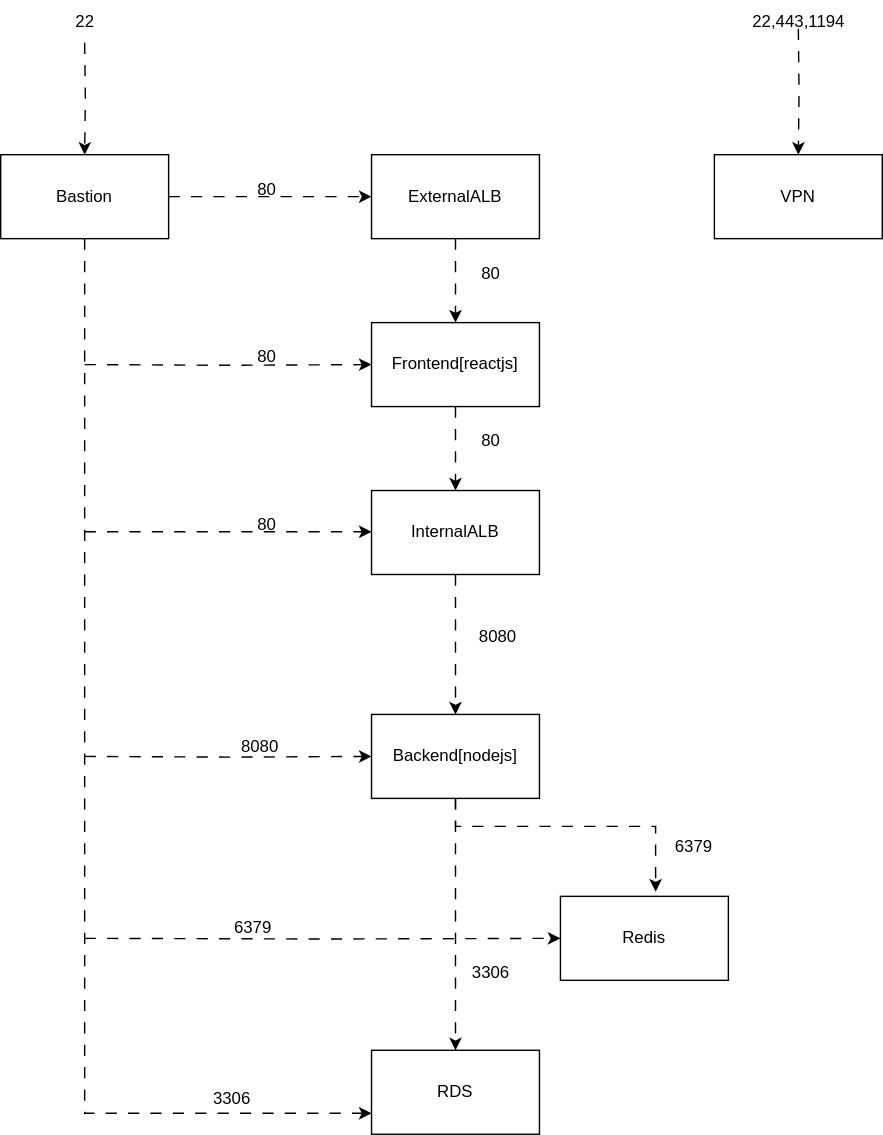
sivaramakrishna-konka/aws-3tier-terraform keeps this draw.io diagram as sg-rules.drawio.svg. Above is the earlier version. Source tidied: cells renumbered, new cells last; positions are measured from the earlier drawing's top-left corner, leaving out a move shared by most shapes.
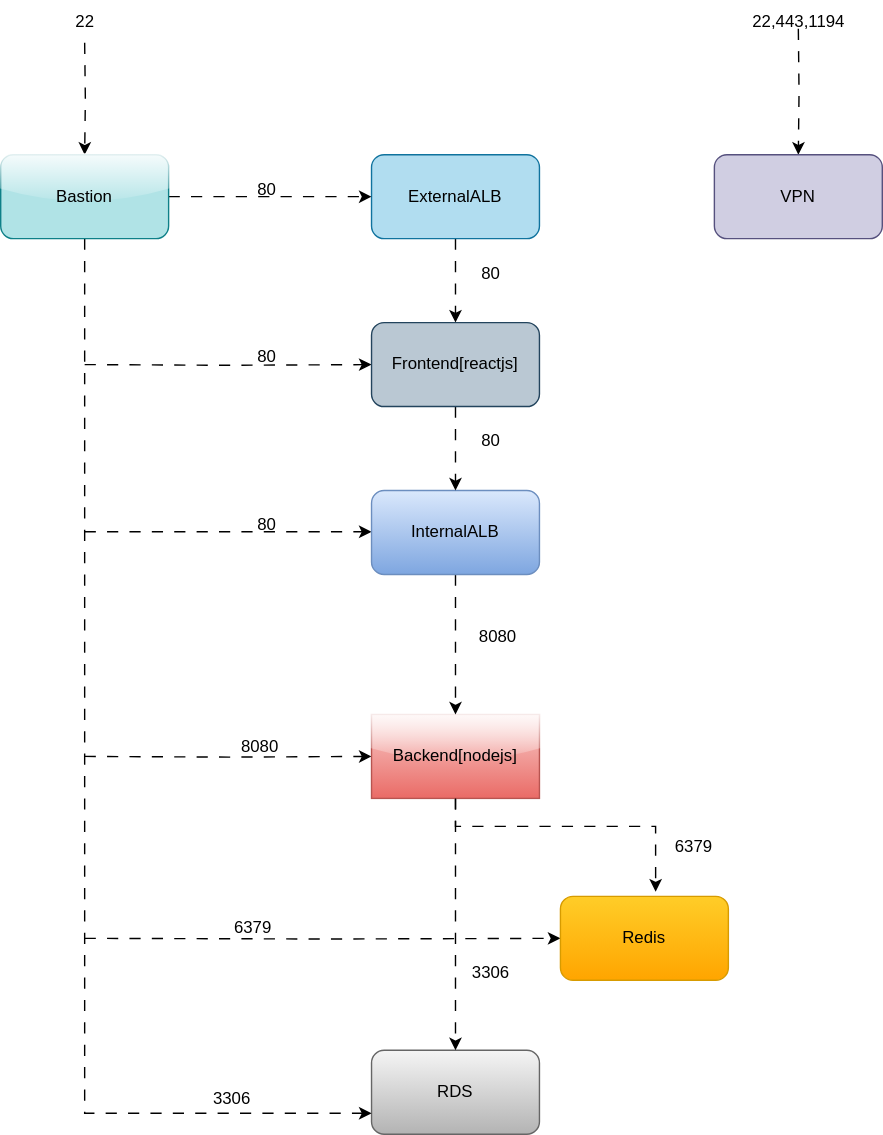
After the commit.

Commit message:
rounded the shapes

The edit, as a diff of the source:
```diff
@@ -2,7 +2,7 @@
   <root>
     <mxCell id="0" />
     <mxCell id="1" parent="0" />
-    <mxCell id="2" value="RDS" style="rounded=0;whiteSpace=wrap;html=1;fillColor=none;" parent="1" vertex="1">
+    <mxCell id="2" value="RDS" style="rounded=1;whiteSpace=wrap;html=1;fillColor=#f5f5f5;gradientColor=#b3b3b3;strokeColor=#666666;" parent="1" vertex="1">
       <mxGeometry x="265" y="750" width="120" height="60" as="geometry" />
     </mxCell>
     <mxCell id="3" style="edgeStyle=orthogonalEdgeStyle;rounded=0;jettySize=auto;html=1;flowAnimation=1;" parent="1" edge="1" target="4">
@@ -10,7 +10,7 @@
         <mxPoint x="60" y="670" as="sourcePoint" />
       </mxGeometry>
     </mxCell>
-    <mxCell id="4" value="Redis" style="rounded=0;whiteSpace=wrap;html=1;fillColor=none;" parent="1" vertex="1">
+    <mxCell id="4" value="Redis" style="rounded=1;whiteSpace=wrap;html=1;fillColor=#ffcd28;gradientColor=#ffa500;strokeColor=#d79b00;" parent="1" vertex="1">
       <mxGeometry x="400" y="640" width="120" height="60" as="geometry" />
     </mxCell>
     <mxCell id="5" style="edgeStyle=orthogonalEdgeStyle;rounded=0;jettySize=auto;html=1;entryX=0.5;entryY=0;entryDx=0;entryDy=0;flowAnimation=1;" parent="1" edge="1" source="7" target="2">
@@ -21,7 +21,7 @@
         <mxPoint x="60" y="540" as="sourcePoint" />
       </mxGeometry>
     </mxCell>
-    <mxCell id="7" value="Backend[nodejs]" style="rounded=0;whiteSpace=wrap;html=1;fillColor=none;" parent="1" vertex="1">
+    <mxCell id="7" value="Backend[nodejs]" style="rounded=0;whiteSpace=wrap;html=1;fillColor=#f8cecc;glass=1;gradientColor=#ea6b66;strokeColor=#b85450;" parent="1" vertex="1">
       <mxGeometry x="265" y="510" width="120" height="60" as="geometry" />
     </mxCell>
     <mxCell id="8" style="edgeStyle=orthogonalEdgeStyle;rounded=0;jettySize=auto;html=1;entryX=0.5;entryY=0;entryDx=0;entryDy=0;flowAnimation=1;" parent="1" edge="1" source="10" target="7">
@@ -33,13 +33,13 @@
         <mxPoint x="265" y="379.5" as="targetPoint" />
       </mxGeometry>
     </mxCell>
-    <mxCell id="10" value="InternalALB" style="rounded=0;whiteSpace=wrap;html=1;fillColor=none;" parent="1" vertex="1">
+    <mxCell id="10" value="InternalALB" style="rounded=1;whiteSpace=wrap;html=1;fillColor=#dae8fc;gradientColor=#7ea6e0;strokeColor=#6c8ebf;" parent="1" vertex="1">
       <mxGeometry x="265" y="350" width="120" height="60" as="geometry" />
     </mxCell>
     <mxCell id="11" style="edgeStyle=orthogonalEdgeStyle;rounded=0;jettySize=auto;html=1;entryX=0.5;entryY=0;entryDx=0;entryDy=0;flowAnimation=1;" parent="1" edge="1" source="12" target="15">
       <mxGeometry relative="1" as="geometry" />
     </mxCell>
-    <mxCell id="12" value="ExternalALB" style="rounded=0;whiteSpace=wrap;html=1;fillColor=none;" parent="1" vertex="1">
+    <mxCell id="12" value="ExternalALB" style="rounded=1;whiteSpace=wrap;html=1;fillColor=#b1ddf0;shadow=0;glass=0;strokeColor=#10739e;" parent="1" vertex="1">
       <mxGeometry x="265" y="110" width="120" height="60" as="geometry" />
     </mxCell>
     <mxCell id="13" style="edgeStyle=orthogonalEdgeStyle;rounded=0;jettySize=auto;html=1;entryX=0.5;entryY=0;entryDx=0;entryDy=0;flowAnimation=1;" parent="1" edge="1" source="15" target="10">
@@ -50,7 +50,7 @@
         <mxPoint x="60" y="260" as="sourcePoint" />
       </mxGeometry>
     </mxCell>
-    <mxCell id="15" value="Frontend[reactjs]" style="rounded=0;whiteSpace=wrap;html=1;fillColor=none;" parent="1" vertex="1">
+    <mxCell id="15" value="Frontend[reactjs]" style="rounded=1;whiteSpace=wrap;html=1;fillColor=#bac8d3;strokeColor=#23445d;" parent="1" vertex="1">
       <mxGeometry x="265" y="230" width="120" height="60" as="geometry" />
     </mxCell>
     <mxCell id="16" value="80" style="text;html=1;align=center;verticalAlign=middle;strokeColor=none;fillColor=none;" parent="1" vertex="1">
@@ -91,7 +91,7 @@
         <mxPoint x="60" y="30" as="sourcePoint" />
       </mxGeometry>
     </mxCell>
-    <mxCell id="25" value="Bastion" style="rounded=0;whiteSpace=wrap;html=1;fillColor=none;" parent="1" vertex="1">
+    <mxCell id="25" value="Bastion" style="rounded=1;whiteSpace=wrap;html=1;fillColor=#b0e3e6;glass=1;strokeColor=#0e8088;" parent="1" vertex="1">
       <mxGeometry y="110" width="120" height="60" as="geometry" />
     </mxCell>
     <mxCell id="26" style="edgeStyle=orthogonalEdgeStyle;rounded=0;jettySize=auto;html=1;flowAnimation=1;" parent="1" edge="1" target="27">
@@ -99,7 +99,7 @@
         <mxPoint x="570" y="20" as="sourcePoint" />
       </mxGeometry>
     </mxCell>
-    <mxCell id="27" value="VPN" style="rounded=0;whiteSpace=wrap;html=1;fillColor=none;" parent="1" vertex="1">
+    <mxCell id="27" value="VPN" style="rounded=1;whiteSpace=wrap;html=1;fillColor=#d0cee2;strokeColor=#56517e;" parent="1" vertex="1">
       <mxGeometry x="510" y="110" width="120" height="60" as="geometry" />
     </mxCell>
     <mxCell id="28" value="80" style="text;html=1;align=center;verticalAlign=middle;strokeColor=none;fillColor=none;" parent="1" vertex="1">
```
